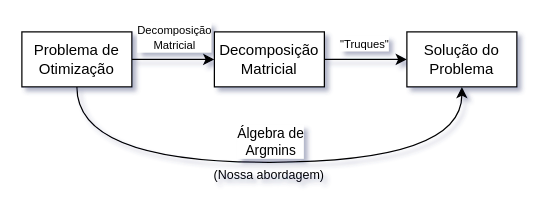
Before: slides/figures/problem-version-2.drawio in joaovictorlopezpereira/Recursive-OLS-Derivation, a draw.io diagram. Source tidied: cells renumbered, new cells numbered last; positions are measured from the earlier drawing's top-left corner, leaving out a move shared by most shapes. Both pictures are drawn from the tidied source at 125%, with x=0, y=0 at pixel (21, 31).
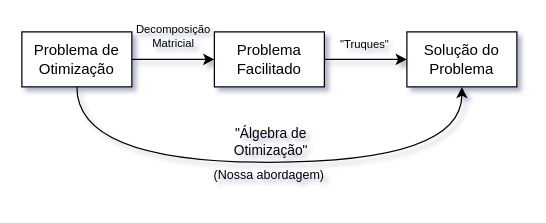
Above is the later version.

The edit, as a diff of the source:
```diff
@@
 <mxGraphModel shadow="1">
   <root>
     <mxCell id="0" />
     <mxCell id="1" parent="0" />
     <mxCell id="2" style="edgeStyle=none;html=1;" parent="1" edge="1" source="6">
       <mxGeometry relative="1" as="geometry">
         <mxPoint x="154" y="22" as="targetPoint" />
       </mxGeometry>
     </mxCell>
-    <mxCell id="3" value="&lt;font style=&quot;font-size: 9px; color: rgb(0, 0, 0);&quot;&gt;Decomposição&lt;br&gt;Matricial&lt;/font&gt;" style="edgeLabel;html=1;align=center;verticalAlign=middle;fontSize=10;" parent="2" vertex="1">
+    <mxCell id="3" value="Decomposição&#10;Matricial" style="edgeLabel;align=center;verticalAlign=middle;fontSize=9;labelBackgroundColor=none;" parent="2" vertex="1">
       <mxGeometry x="-0.27" y="2" relative="1" as="geometry">
         <mxPoint x="9" y="-17" as="offset" />
       </mxGeometry>
     </mxCell>
     <mxCell id="4" style="edgeStyle=orthogonalEdgeStyle;html=1;entryX=0.5;entryY=1;entryDx=0;entryDy=0;exitX=0.5;exitY=1;exitDx=0;exitDy=0;rounded=0;curved=1;" parent="1" edge="1" source="6" target="10">
       <mxGeometry relative="1" as="geometry">
         <Array as="points">
           <mxPoint x="44" y="104.3" />
           <mxPoint x="352" y="104.3" />
         </Array>
       </mxGeometry>
     </mxCell>
-    <mxCell id="5" value="Álgebra de&lt;br&gt;Argmins" style="edgeLabel;html=1;align=center;verticalAlign=middle;" parent="4" vertex="1">
+    <mxCell id="5" value="&quot;Álgebra de&lt;br&gt;Otimização&quot;" style="edgeLabel;html=1;align=center;verticalAlign=middle;labelBackgroundColor=none;" parent="4" vertex="1">
       <mxGeometry x="-0.01" relative="1" as="geometry">
         <mxPoint x="3" y="-17" as="offset" />
       </mxGeometry>
     </mxCell>
     <mxCell id="6" value="Problema de Otimização" style="rounded=0;whiteSpace=wrap;html=1;" parent="1" vertex="1">
       <mxGeometry width="88" height="44" as="geometry" />
     </mxCell>
     <mxCell id="7" style="edgeStyle=none;html=1;" parent="1" edge="1" source="9">
       <mxGeometry relative="1" as="geometry">
         <mxPoint x="308" y="22" as="targetPoint" />
       </mxGeometry>
     </mxCell>
-    <mxCell id="8" value="&lt;font style=&quot;font-size: 9px; color: rgb(0, 0, 0);&quot;&gt;&quot;Truques&quot;&lt;/font&gt;" style="edgeLabel;html=1;align=center;verticalAlign=middle;fontSize=10;" parent="7" vertex="1">
+    <mxCell id="8" value="&lt;font style=&quot;font-size: 9px; color: rgb(0, 0, 0);&quot;&gt;&quot;Truques&quot;&lt;/font&gt;" style="edgeLabel;html=1;align=center;verticalAlign=middle;fontSize=10;labelBackgroundColor=none;" parent="7" vertex="1">
       <mxGeometry x="-0.3" y="2" relative="1" as="geometry">
         <mxPoint x="8" y="-12" as="offset" />
       </mxGeometry>
     </mxCell>
-    <mxCell id="9" value="Decomposição Matricial" style="rounded=0;whiteSpace=wrap;html=1;" parent="1" vertex="1">
+    <mxCell id="9" value="Problema Facilitado" style="rounded=0;whiteSpace=wrap;html=1;" parent="1" vertex="1">
       <mxGeometry x="154" width="88" height="44" as="geometry" />
     </mxCell>
     <mxCell id="10" value="Solução do Problema" style="rounded=0;whiteSpace=wrap;html=1;" parent="1" vertex="1">
       <mxGeometry x="308" width="88" height="44" as="geometry" />
     </mxCell>
     <mxCell id="11" value="&lt;font style=&quot;font-size: 10px; color: rgb(0, 0, 0);&quot;&gt;(Nossa abordagem)&lt;/font&gt;" style="text;html=1;whiteSpace=wrap;strokeColor=none;fillColor=none;align=center;verticalAlign=middle;rounded=0;" parent="1" vertex="1">
       <mxGeometry x="141" y="99" width="114" height="30" as="geometry" />
     </mxCell>
   </root>
 </mxGraphModel>
```
